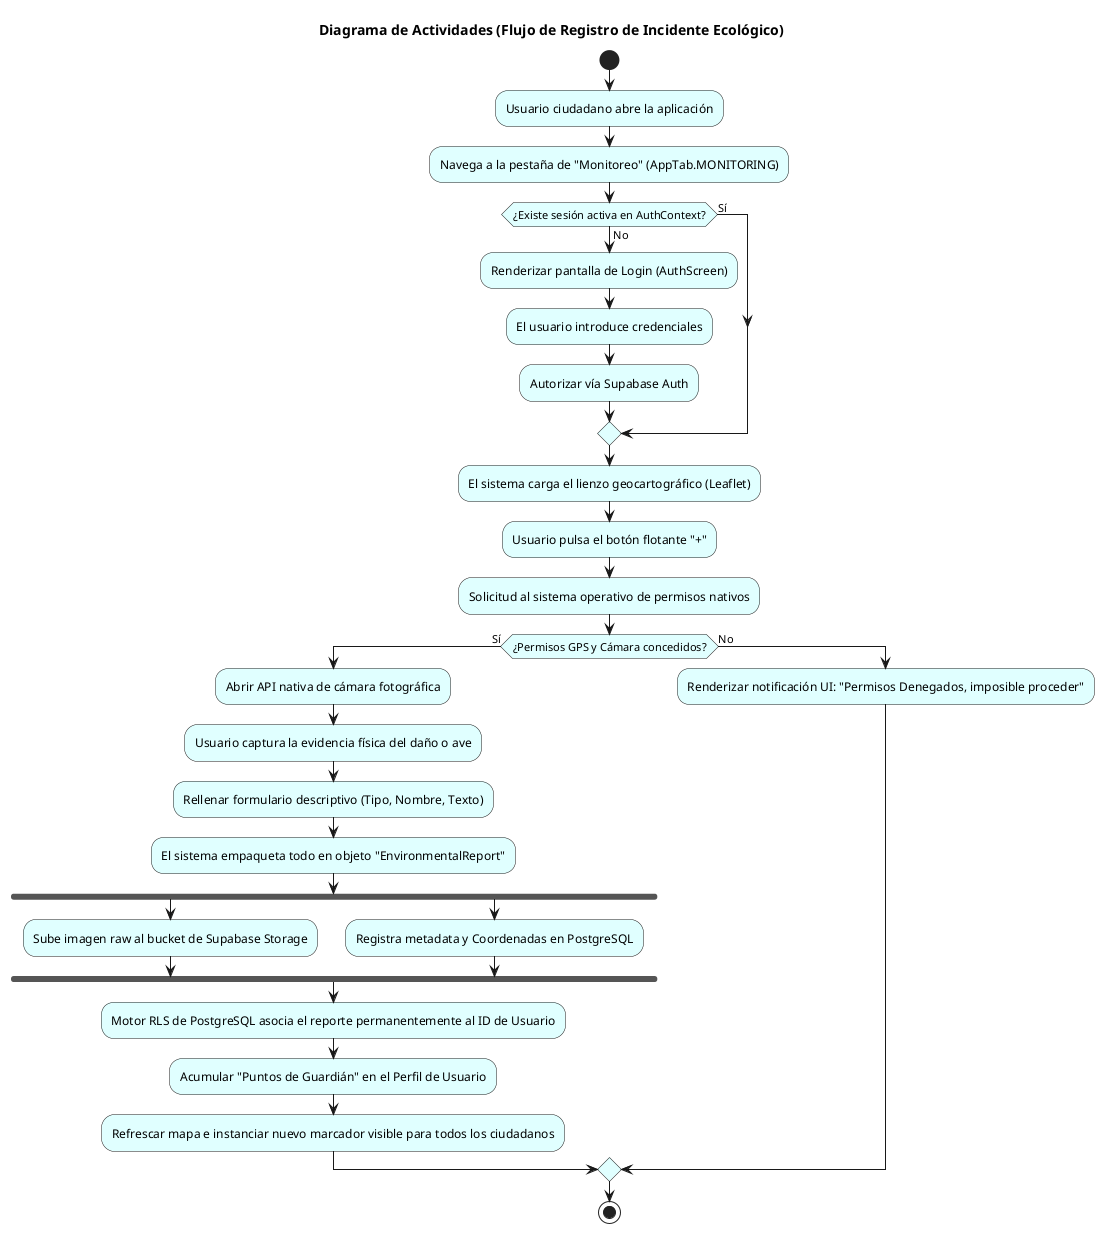
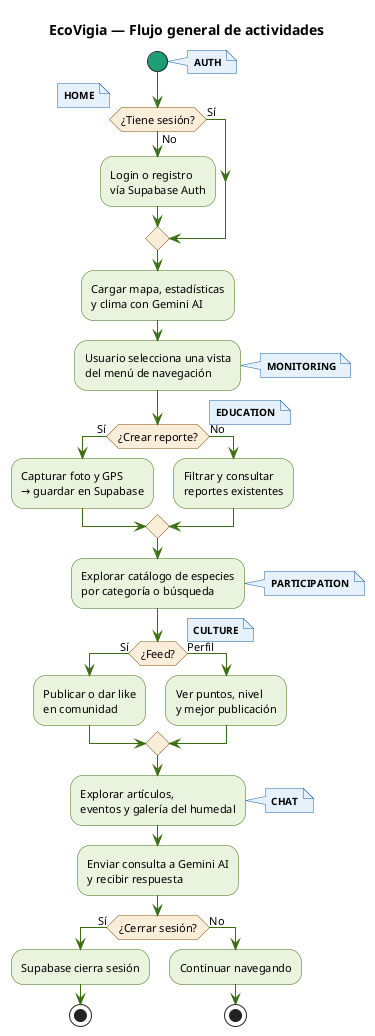
- @startuml
- skinparam ActivityDiamondBackgroundColor #FFEBCD
- skinparam ActivityBackgroundColor #E0FFFF
+ @startuml EcoVigia_Actividades_Compacto

- title Diagrama de Actividades (Flujo de Registro de Incidente Ecológico)
+ skinparam activity {
+   BackgroundColor #EAF3DE
+   BorderColor #3B6D11
+   StartColor #1D9E75
+   EndColor #0F6E56
+   FontSize 11
+   FontName Arial
+ }
+ skinparam activityDiamond {
+   BackgroundColor #FAEEDA
+   BorderColor #854F0B
+   FontSize 11
+   FontName Arial
+ }
+ skinparam note {
+   BackgroundColor #E6F1FB
+   BorderColor #185FA5
+   FontSize 10
+ }
+ skinparam ArrowColor #3B6D11
+ skinparam DefaultFontName Arial
+ 
+ title EcoVigia — Flujo general de actividades

start

- :Usuario ciudadano abre la aplicación;
- :Navega a la pestaña de "Monitoreo" (AppTab.MONITORING);
- 
- if (¿Existe sesión activa en AuthContext?) then (Sí)
- else (No)
-   :Renderizar pantalla de Login (AuthScreen);
-   :El usuario introduce credenciales;
-   :Autorizar vía Supabase Auth;
+ note right: **AUTH**
+ if (¿Tiene sesión?) then (No)
+   :Login o registro\nvía Supabase Auth;
+ else (Sí)
endif

- :El sistema carga el lienzo geocartográfico (Leaflet);
- :Usuario pulsa el botón flotante "+";
- :Solicitud al sistema operativo de permisos nativos;
+ note right: **HOME**
+ :Cargar mapa, estadísticas\ny clima con Gemini AI;

- if (¿Permisos GPS y Cámara concedidos?) then (Sí)
-   :Abrir API nativa de cámara fotográfica;
-   :Usuario captura la evidencia física del daño o ave;
-   :Rellenar formulario descriptivo (Tipo, Nombre, Texto);
-   :El sistema empaqueta todo en objeto "EnvironmentalReport";
-   fork
-     :Sube imagen raw al bucket de Supabase Storage;
-   fork again
-     :Registra metadata y Coordenadas en PostgreSQL;
-   end fork
-   :Motor RLS de PostgreSQL asocia el reporte permanentemente al ID de Usuario;
-   :Acumular "Puntos de Guardián" en el Perfil de Usuario;
-   :Refrescar mapa e instanciar nuevo marcador visible para todos los ciudadanos;
+ :Usuario selecciona una vista\ndel menú de navegación;
+ 
+ note right: **MONITORING**
+ if (¿Crear reporte?) then (Sí)
+   :Capturar foto y GPS\n→ guardar en Supabase;
else (No)
-   :Renderizar notificación UI: "Permisos Denegados, imposible proceder";
+   :Filtrar y consultar\nreportes existentes;
endif

- stop
- @enduml
+ note right: **EDUCATION**
+ :Explorar catálogo de especies\npor categoría o búsqueda;
+ 
+ note right: **PARTICIPATION**
+ if (¿Feed?) then (Sí)
+   :Publicar o dar like\nen comunidad;
+ else (Perfil)
+   :Ver puntos, nivel\ny mejor publicación;
+ endif
+ 
+ note right: **CULTURE**
+ :Explorar artículos,\neventos y galería del humedal;
+ 
+ note right: **CHAT**
+ :Enviar consulta a Gemini AI\ny recibir respuesta;
+ 
+ if (¿Cerrar sesión?) then (Sí)
+   :Supabase cierra sesión;
+   stop
+ else (No)
+   :Continuar navegando;
+   stop
+ endif
+ 
+ @enduml